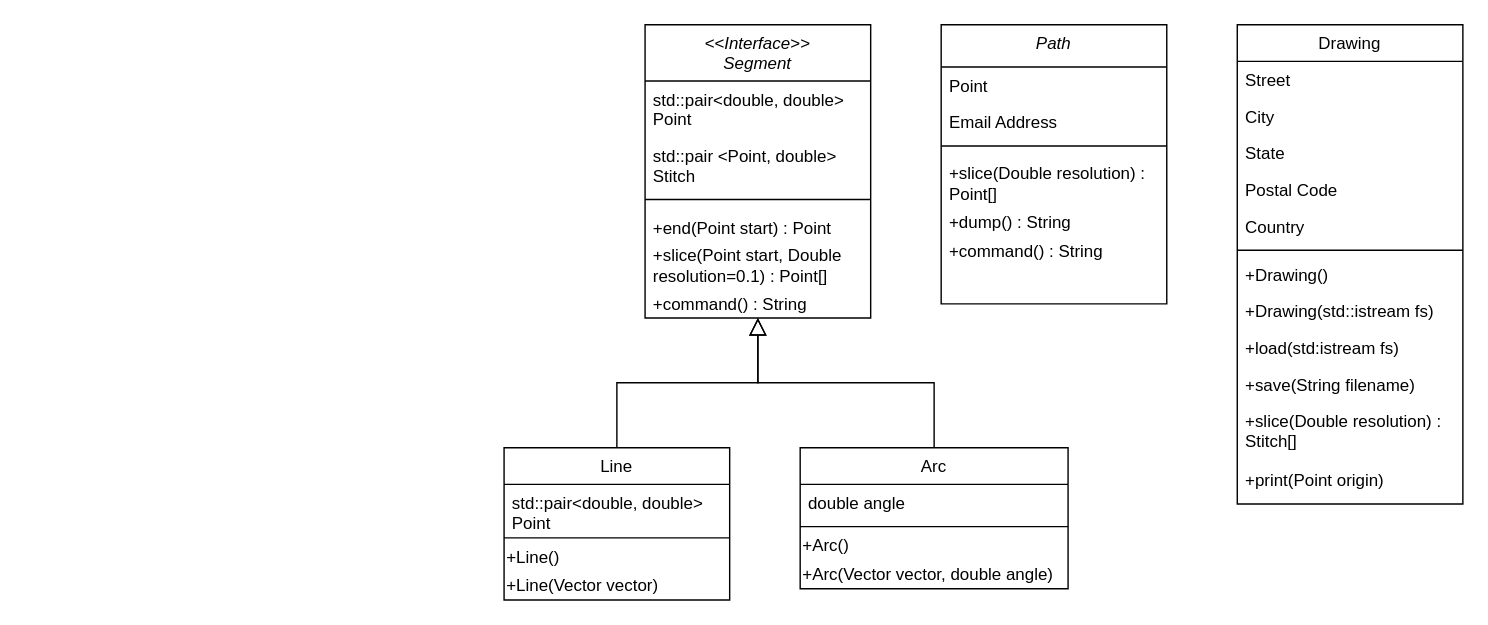
Before: labo07.drawio in antony-carrard/heig-vd, a draw.io diagram. Source tidied: cells renumbered, new cells numbered last; positions are measured from the earlier drawing's top-left corner, leaving out a move shared by most shapes. Both pictures are drawn from the tidied source at 141%, with x=0, y=0 at pixel (503, 24).
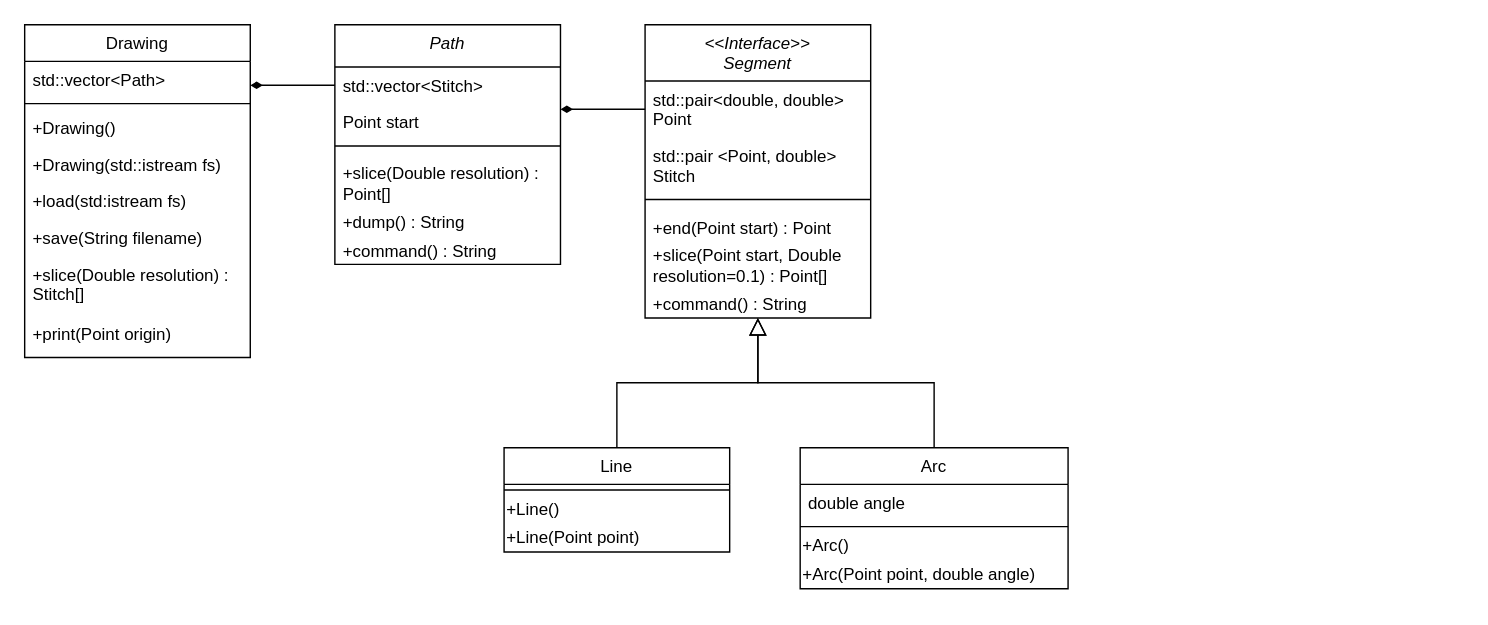
The same diagram, later.

Unchanged cells that the change refers to:
```xml
<mxCell id="3" value="std::pair&lt;double, double&gt; Point" style="text;align=left;verticalAlign=top;spacingLeft=4;spacingRight=4;overflow=hidden;points=[[0,0.5],[1,0.5]];portConstraint=eastwest;rounded=0;shadow=0;html=0;whiteSpace=wrap;" parent="2" vertex="1">
  <mxGeometry y="40" width="160" height="40" as="geometry" />
</mxCell>
<mxCell id="15" value="Arc" style="swimlane;fontStyle=0;align=center;verticalAlign=top;horizontal=1;startSize=26;rounded=0;shadow=0;strokeWidth=1;" parent="1" vertex="1">
  <mxGeometry x="210" y="300" width="190" height="100" as="geometry" />
</mxCell>
```

What changed in the source:
```diff
@@
     <mxCell id="9" value="Line" style="swimlane;fontStyle=0;align=center;verticalAlign=top;horizontal=1;startSize=26;rounded=0;shadow=0;strokeWidth=1;" parent="1" vertex="1">
-      <mxGeometry y="300" width="160" height="108" as="geometry" />
+      <mxGeometry y="300" width="160" height="74" as="geometry" />
     </mxCell>
-    <mxCell id="10" value="std::pair&lt;double, double&gt; Point&#10;" style="text;align=left;verticalAlign=top;spacingLeft=4;spacingRight=4;overflow=hidden;whiteSpace=wrap;" parent="9" vertex="1">
-      <mxGeometry y="26" width="160" height="34" as="geometry" />
-    </mxCell>
     <mxCell id="11" style="line;html=1;strokeWidth=1;align=left;verticalAlign=middle;spacingTop=-1;spacingLeft=3;spacingRight=3;labelPosition=right;" parent="9" vertex="1">
-      <mxGeometry y="60" width="160" height="8" as="geometry" />
+      <mxGeometry y="26" width="160" height="8" as="geometry" />
     </mxCell>
     <mxCell id="12" value="&lt;div align=&quot;left&quot;&gt;+Line()&lt;/div&gt;" style="text;html=1;align=left;verticalAlign=middle;" parent="9" vertex="1">
-      <mxGeometry y="68" width="160" height="20" as="geometry" />
+      <mxGeometry y="34" width="160" height="20" as="geometry" />
     </mxCell>
-    <mxCell id="13" value="&lt;div align=&quot;left&quot;&gt;+Line(Vector vector)&lt;/div&gt;" style="text;html=1;align=left;verticalAlign=middle;" parent="9" vertex="1">
-      <mxGeometry y="88" width="160" height="20" as="geometry" />
+    <mxCell id="13" value="&lt;div align=&quot;left&quot;&gt;+Line(Point point)&lt;/div&gt;" style="text;html=1;align=left;verticalAlign=middle;" parent="9" vertex="1">
+      <mxGeometry y="54" width="160" height="20" as="geometry" />
     </mxCell>
@@
-    <mxCell id="19" value="+Arc(Vector vector, double angle)" style="text;html=1;align=left;verticalAlign=middle;" parent="15" vertex="1">
+    <mxCell id="19" value="+Arc(Point point, double angle)" style="text;html=1;align=left;verticalAlign=middle;" parent="15" vertex="1">
       <mxGeometry y="80" width="190" height="20" as="geometry" />
     </mxCell>
@@
     <mxCell id="21" value="Drawing" style="swimlane;fontStyle=0;align=center;verticalAlign=top;horizontal=1;startSize=26;rounded=0;shadow=0;strokeWidth=1;" parent="1" vertex="1">
-      <mxGeometry x="520" width="160" height="340" as="geometry" />
+      <mxGeometry x="-340" width="160" height="236" as="geometry" />
     </mxCell>
-    <mxCell id="22" value="Street" style="text;align=left;verticalAlign=top;spacingLeft=4;spacingRight=4;overflow=hidden;" parent="21" vertex="1">
+    <mxCell id="22" value="std::vector&lt;Path&gt;" style="text;align=left;verticalAlign=top;spacingLeft=4;spacingRight=4;overflow=hidden;" parent="21" vertex="1">
       <mxGeometry y="26" width="160" height="26" as="geometry" />
     </mxCell>
-    <mxCell id="23" value="City" style="text;align=left;verticalAlign=top;spacingLeft=4;spacingRight=4;overflow=hidden;rounded=0;shadow=0;html=0;" parent="21" vertex="1">
-      <mxGeometry y="52" width="160" height="26" as="geometry" />
-    </mxCell>
-    <mxCell id="24" value="State" style="text;align=left;verticalAlign=top;spacingLeft=4;spacingRight=4;overflow=hidden;rounded=0;shadow=0;html=0;" parent="21" vertex="1">
-      <mxGeometry y="78" width="160" height="26" as="geometry" />
-    </mxCell>
-    <mxCell id="25" value="Postal Code" style="text;align=left;verticalAlign=top;spacingLeft=4;spacingRight=4;overflow=hidden;rounded=0;shadow=0;html=0;" parent="21" vertex="1">
-      <mxGeometry y="104" width="160" height="26" as="geometry" />
-    </mxCell>
-    <mxCell id="26" value="Country" style="text;align=left;verticalAlign=top;spacingLeft=4;spacingRight=4;overflow=hidden;rounded=0;shadow=0;html=0;" parent="21" vertex="1">
-      <mxGeometry y="130" width="160" height="26" as="geometry" />
-    </mxCell>
     <mxCell id="27" style="line;html=1;strokeWidth=1;align=left;verticalAlign=middle;spacingTop=-1;spacingLeft=3;spacingRight=3;labelPosition=right;" parent="21" vertex="1">
-      <mxGeometry y="156" width="160" height="8" as="geometry" />
+      <mxGeometry y="52" width="160" height="8" as="geometry" />
     </mxCell>
     <mxCell id="28" value="+Drawing()" style="text;align=left;verticalAlign=top;spacingLeft=4;spacingRight=4;overflow=hidden;" parent="21" vertex="1">
-      <mxGeometry y="164" width="160" height="26" as="geometry" />
+      <mxGeometry y="60" width="160" height="26" as="geometry" />
     </mxCell>
     <mxCell id="29" value="+Drawing(std::istream fs)&#10;" style="text;align=left;verticalAlign=top;spacingLeft=4;spacingRight=4;overflow=hidden;" parent="21" vertex="1">
-      <mxGeometry y="190" width="160" height="26" as="geometry" />
+      <mxGeometry y="86" width="160" height="26" as="geometry" />
     </mxCell>
     <mxCell id="30" value="+load(std:istream fs)" style="text;align=left;verticalAlign=top;spacingLeft=4;spacingRight=4;overflow=hidden;" parent="21" vertex="1">
-      <mxGeometry y="216" width="160" height="26" as="geometry" />
+      <mxGeometry y="112" width="160" height="26" as="geometry" />
     </mxCell>
     <mxCell id="31" value="+save(String filename)" style="text;align=left;verticalAlign=top;spacingLeft=4;spacingRight=4;overflow=hidden;" parent="21" vertex="1">
-      <mxGeometry y="242" width="160" height="26" as="geometry" />
+      <mxGeometry y="138" width="160" height="26" as="geometry" />
     </mxCell>
     <mxCell id="32" value="+slice(Double resolution) : Stitch[]" style="text;align=left;verticalAlign=top;spacingLeft=4;spacingRight=4;overflow=hidden;whiteSpace=wrap;html=1;" parent="21" vertex="1">
-      <mxGeometry y="268" width="160" height="42" as="geometry" />
+      <mxGeometry y="164" width="160" height="42" as="geometry" />
     </mxCell>
     <mxCell id="33" value="+print(Point origin)" style="text;align=left;verticalAlign=top;spacingLeft=4;spacingRight=4;overflow=hidden;whiteSpace=wrap;html=1;" parent="21" vertex="1">
-      <mxGeometry y="310" width="160" height="30" as="geometry" />
+      <mxGeometry y="206" width="160" height="30" as="geometry" />
     </mxCell>
     <mxCell id="34" value="Path" style="swimlane;fontStyle=2;align=center;verticalAlign=top;horizontal=1;startSize=30;rounded=0;shadow=0;strokeWidth=1;" parent="1" vertex="1">
-      <mxGeometry x="310" width="160" height="198" as="geometry" />
+      <mxGeometry x="-120" width="160" height="170" as="geometry" />
     </mxCell>
-    <mxCell id="35" value="Point" style="text;align=left;verticalAlign=top;spacingLeft=4;spacingRight=4;overflow=hidden;points=[[0,0.5],[1,0.5]];portConstraint=eastwest;rounded=0;shadow=0;html=0;" parent="34" vertex="1">
+    <mxCell id="35" value="std::vector&lt;Stitch&gt;" style="text;align=left;verticalAlign=top;spacingLeft=4;spacingRight=4;overflow=hidden;points=[[0,0.5],[1,0.5]];portConstraint=eastwest;rounded=0;shadow=0;html=0;" parent="34" vertex="1">
       <mxGeometry y="30" width="160" height="26" as="geometry" />
     </mxCell>
-    <mxCell id="36" value="Email Address" style="text;align=left;verticalAlign=top;spacingLeft=4;spacingRight=4;overflow=hidden;rounded=0;shadow=0;html=0;" parent="34" vertex="1">
-      <mxGeometry y="56" width="160" height="26" as="geometry" />
-    </mxCell>
+    <mxCell id="41" value="Point start" style="text;align=left;verticalAlign=top;spacingLeft=4;spacingRight=4;overflow=hidden;rounded=0;shadow=0;html=0;" parent="34" vertex="1">
+      <mxGeometry y="56" width="160" height="26" as="geometry" />
+    </mxCell>
@@
+    <mxCell id="42" style="edgeStyle=orthogonalEdgeStyle;rounded=0;jettySize=auto;html=1;exitX=0;exitY=0.5;exitDx=0;exitDy=0;endArrow=diamondThin;endFill=1;" parent="1" edge="1" source="3">
+      <mxGeometry relative="1" as="geometry">
+        <mxPoint x="40" y="60" as="targetPoint" />
+      </mxGeometry>
+    </mxCell>
+    <mxCell id="43" style="edgeStyle=orthogonalEdgeStyle;rounded=0;jettySize=auto;html=1;exitX=0;exitY=0.5;exitDx=0;exitDy=0;endArrow=diamondThin;endFill=1;" parent="1" edge="1" source="35">
+      <mxGeometry relative="1" as="geometry">
+        <mxPoint x="-180" y="43" as="targetPoint" />
+      </mxGeometry>
+    </mxCell>
```
